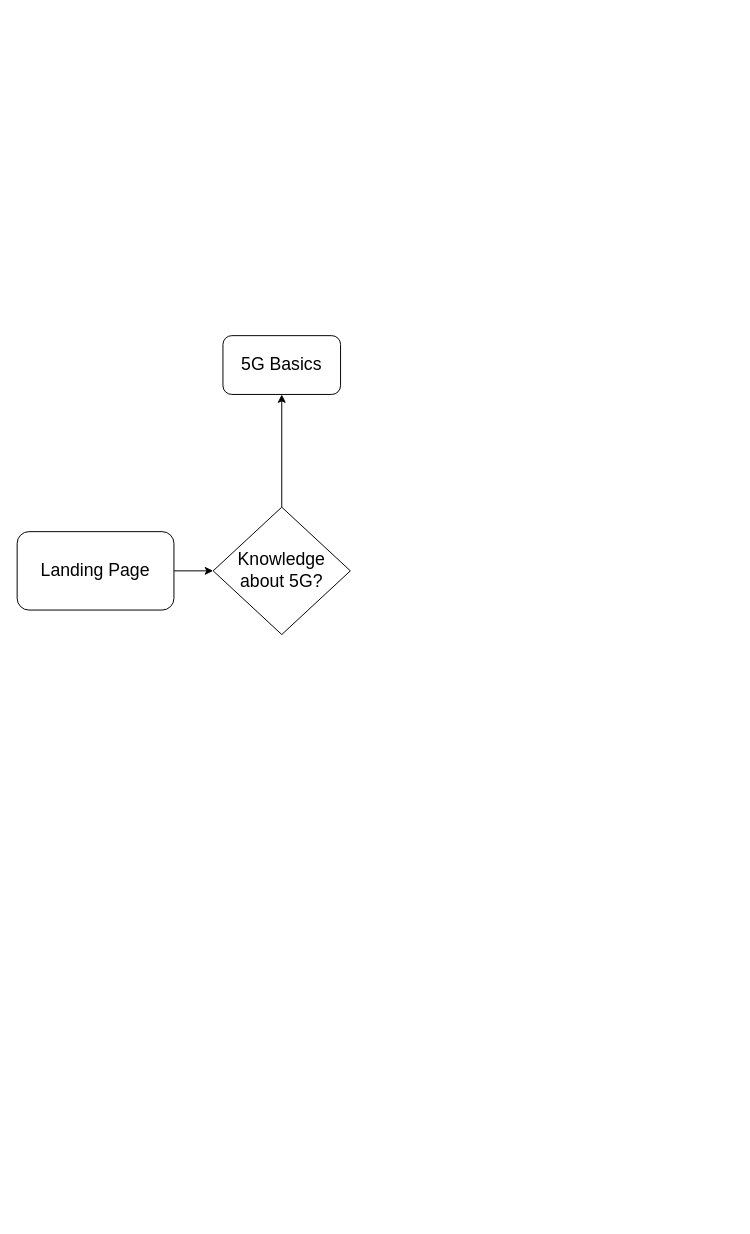
The draw.io diagram Drawings/Untitled Diagram.drawio in PienvandenAbeele/Simply5GSecurity, before the edit. Source tidied: cells renumbered, new cells numbered last; positions are measured from the earlier drawing's top-left corner, leaving out a move shared by most shapes. Both pictures are drawn from the tidied source at 98%, with x=0, y=0 at pixel (17, 335).
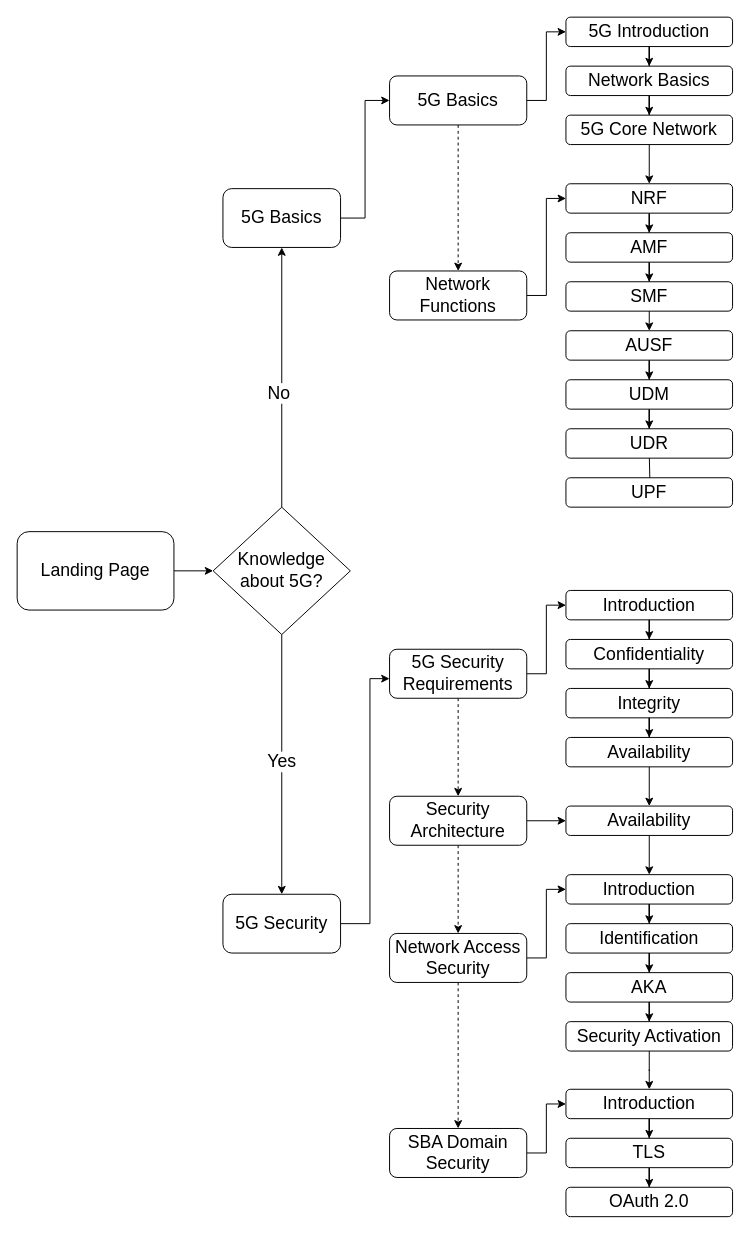
Above is the later version.

The change refers to these unchanged cells:
```xml
<mxCell id="4" style="edgeStyle=orthogonalEdgeStyle;rounded=0;jettySize=auto;html=1;fontSize=18;" parent="1" edge="1" source="5" target="6">
  <mxGeometry relative="1" as="geometry" />
</mxCell>
<mxCell id="5" value="&lt;font style=&quot;font-size: 18px;&quot;&gt;Knowledge about 5G?&lt;/font&gt;" style="rhombus;whiteSpace=wrap;html=1;" parent="1" vertex="1">
  <mxGeometry x="200" y="175" width="140" height="130" as="geometry" />
</mxCell>
```

Change to the diagram source:
```diff
@@
+    <mxCell id="7" value="No" style="edgeLabel;html=1;align=center;verticalAlign=middle;fontSize=18;" parent="4" vertex="1">
+      <mxGeometry x="-0.12" y="4" relative="1" as="geometry" />
+    </mxCell>
+    <mxCell id="8" style="edgeStyle=orthogonalEdgeStyle;rounded=0;jettySize=auto;html=1;fontSize=18;" parent="1" edge="1" source="5" target="12">
+      <mxGeometry relative="1" as="geometry" />
+    </mxCell>
+    <mxCell id="9" value="Yes" style="edgeLabel;html=1;align=center;verticalAlign=middle;fontSize=18;" parent="8" vertex="1">
+      <mxGeometry x="-0.03" y="-1" relative="1" as="geometry" />
+    </mxCell>
@@
+    <mxCell id="10" style="edgeStyle=orthogonalEdgeStyle;rounded=0;jettySize=auto;html=1;entryX=0;entryY=0.5;entryDx=0;entryDy=0;fontSize=18;" parent="1" edge="1" source="6" target="52">
+      <mxGeometry relative="1" as="geometry" />
+    </mxCell>
     <mxCell id="6" value="&lt;font style=&quot;font-size: 18px;&quot;&gt;5G Basics&lt;/font&gt;" style="rounded=1;whiteSpace=wrap;html=1;" parent="1" vertex="1">
-      <mxGeometry x="210" width="120" height="60" as="geometry" />
+      <mxGeometry x="210" y="-150" width="120" height="60" as="geometry" />
     </mxCell>
+    <mxCell id="11" style="edgeStyle=orthogonalEdgeStyle;rounded=0;jettySize=auto;html=1;fontSize=18;" parent="1" edge="1" source="12" target="15">
+      <mxGeometry relative="1" as="geometry">
+        <Array as="points">
+          <mxPoint x="360" y="600" />
+          <mxPoint x="360" y="350" />
+        </Array>
+      </mxGeometry>
+    </mxCell>
+    <mxCell id="12" value="5G Security" style="rounded=1;whiteSpace=wrap;html=1;fontSize=18;" parent="1" vertex="1">
+      <mxGeometry x="210" y="570" width="120" height="60" as="geometry" />
+    </mxCell>
+    <mxCell id="13" style="edgeStyle=orthogonalEdgeStyle;rounded=0;jettySize=auto;html=1;entryX=0;entryY=0.5;entryDx=0;entryDy=0;fontSize=18;" parent="1" edge="1" source="15" target="17">
+      <mxGeometry relative="1" as="geometry" />
+    </mxCell>
+    <mxCell id="14" style="edgeStyle=orthogonalEdgeStyle;rounded=0;jettySize=auto;html=1;fontSize=18;dashed=1;" parent="1" edge="1" source="15" target="26">
+      <mxGeometry relative="1" as="geometry" />
+    </mxCell>
+    <mxCell id="15" value="5G Security Requirements" style="rounded=1;whiteSpace=wrap;html=1;fontSize=18;" parent="1" vertex="1">
+      <mxGeometry x="380" y="320" width="140" height="50" as="geometry" />
+    </mxCell>
+    <mxCell id="16" style="edgeStyle=orthogonalEdgeStyle;rounded=0;jettySize=auto;html=1;entryX=0.5;entryY=0;entryDx=0;entryDy=0;fontSize=18;" parent="1" edge="1" source="17" target="19">
+      <mxGeometry relative="1" as="geometry" />
+    </mxCell>
+    <mxCell id="17" value="Introduction" style="rounded=1;whiteSpace=wrap;html=1;fontSize=18;" parent="1" vertex="1">
+      <mxGeometry x="560" y="260" width="170" height="30" as="geometry" />
+    </mxCell>
+    <mxCell id="18" style="edgeStyle=orthogonalEdgeStyle;rounded=0;jettySize=auto;html=1;fontSize=18;" parent="1" edge="1" source="19" target="20">
+      <mxGeometry relative="1" as="geometry" />
+    </mxCell>
+    <mxCell id="19" value="Confidentiality" style="rounded=1;whiteSpace=wrap;html=1;fontSize=18;" parent="1" vertex="1">
+      <mxGeometry x="560" y="310" width="170" height="30" as="geometry" />
+    </mxCell>
+    <mxCell id="20" value="Integrity" style="rounded=1;whiteSpace=wrap;html=1;fontSize=18;" parent="1" vertex="1">
+      <mxGeometry x="560" y="360" width="170" height="30" as="geometry" />
+    </mxCell>
+    <mxCell id="21" style="edgeStyle=orthogonalEdgeStyle;rounded=0;jettySize=auto;html=1;fontSize=18;exitX=0.5;exitY=1;exitDx=0;exitDy=0;" parent="1" edge="1" source="20" target="23">
+      <mxGeometry relative="1" as="geometry" />
+    </mxCell>
+    <mxCell id="22" style="edgeStyle=orthogonalEdgeStyle;rounded=0;jettySize=auto;html=1;entryX=0.5;entryY=0;entryDx=0;entryDy=0;fontSize=18;" parent="1" edge="1" source="23" target="29">
+      <mxGeometry relative="1" as="geometry" />
+    </mxCell>
+    <mxCell id="23" value="Availability" style="rounded=1;whiteSpace=wrap;html=1;fontSize=18;" parent="1" vertex="1">
+      <mxGeometry x="560" y="410" width="170" height="30" as="geometry" />
+    </mxCell>
+    <mxCell id="24" style="edgeStyle=orthogonalEdgeStyle;rounded=0;jettySize=auto;html=1;entryX=0;entryY=0.5;entryDx=0;entryDy=0;fontSize=18;" parent="1" edge="1" source="26" target="29">
+      <mxGeometry relative="1" as="geometry" />
+    </mxCell>
+    <mxCell id="25" style="edgeStyle=orthogonalEdgeStyle;rounded=0;jettySize=auto;html=1;fontSize=18;dashed=1;" parent="1" edge="1" source="26" target="32">
+      <mxGeometry relative="1" as="geometry" />
+    </mxCell>
+    <mxCell id="26" value="Security Architecture" style="rounded=1;whiteSpace=wrap;html=1;fontSize=18;" parent="1" vertex="1">
+      <mxGeometry x="380" y="470" width="140" height="50" as="geometry" />
+    </mxCell>
+    <mxCell id="27" style="edgeStyle=orthogonalEdgeStyle;rounded=0;orthogonalLoop=1;jettySize=auto;html=1;exitX=0.5;exitY=1;exitDx=0;exitDy=0;fontSize=18;" parent="1" edge="1" source="19" target="19">
+      <mxGeometry relative="1" as="geometry" />
+    </mxCell>
+    <mxCell id="28" style="edgeStyle=orthogonalEdgeStyle;rounded=0;jettySize=auto;html=1;entryX=0.5;entryY=0;entryDx=0;entryDy=0;fontSize=18;" parent="1" edge="1" source="29" target="34">
+      <mxGeometry relative="1" as="geometry" />
+    </mxCell>
+    <mxCell id="29" value="Availability" style="rounded=1;whiteSpace=wrap;html=1;fontSize=18;" parent="1" vertex="1">
+      <mxGeometry x="560" y="480" width="170" height="30" as="geometry" />
+    </mxCell>
+    <mxCell id="30" style="edgeStyle=orthogonalEdgeStyle;rounded=0;jettySize=auto;html=1;entryX=0;entryY=0.5;entryDx=0;entryDy=0;fontSize=18;" parent="1" edge="1" source="32" target="34">
+      <mxGeometry relative="1" as="geometry" />
+    </mxCell>
+    <mxCell id="31" style="edgeStyle=orthogonalEdgeStyle;rounded=0;jettySize=auto;html=1;entryX=0.5;entryY=0;entryDx=0;entryDy=0;dashed=1;fontSize=18;" parent="1" edge="1" source="32" target="43">
+      <mxGeometry relative="1" as="geometry" />
+    </mxCell>
+    <mxCell id="32" value="Network Access Security" style="rounded=1;whiteSpace=wrap;html=1;fontSize=18;" parent="1" vertex="1">
+      <mxGeometry x="380" y="610" width="140" height="50" as="geometry" />
+    </mxCell>
+    <mxCell id="33" style="edgeStyle=orthogonalEdgeStyle;rounded=0;jettySize=auto;html=1;entryX=0.5;entryY=0;entryDx=0;entryDy=0;fontSize=18;" parent="1" edge="1" source="34" target="36">
+      <mxGeometry relative="1" as="geometry" />
+    </mxCell>
+    <mxCell id="34" value="Introduction" style="rounded=1;whiteSpace=wrap;html=1;fontSize=18;" parent="1" vertex="1">
+      <mxGeometry x="560" y="550" width="170" height="30" as="geometry" />
+    </mxCell>
+    <mxCell id="35" style="edgeStyle=orthogonalEdgeStyle;rounded=0;jettySize=auto;html=1;fontSize=18;" parent="1" edge="1" source="36" target="37">
+      <mxGeometry relative="1" as="geometry" />
+    </mxCell>
+    <mxCell id="36" value="Identification" style="rounded=1;whiteSpace=wrap;html=1;fontSize=18;" parent="1" vertex="1">
+      <mxGeometry x="560" y="600" width="170" height="30" as="geometry" />
+    </mxCell>
+    <mxCell id="37" value="AKA" style="rounded=1;whiteSpace=wrap;html=1;fontSize=18;" parent="1" vertex="1">
+      <mxGeometry x="560" y="650" width="170" height="30" as="geometry" />
+    </mxCell>
+    <mxCell id="38" style="edgeStyle=orthogonalEdgeStyle;rounded=0;jettySize=auto;html=1;fontSize=18;exitX=0.5;exitY=1;exitDx=0;exitDy=0;" parent="1" edge="1" source="37" target="40">
+      <mxGeometry relative="1" as="geometry" />
+    </mxCell>
+    <mxCell id="39" style="edgeStyle=orthogonalEdgeStyle;rounded=0;jettySize=auto;html=1;entryX=0.5;entryY=0;entryDx=0;entryDy=0;fontSize=18;" parent="1" edge="1" source="40" target="45">
+      <mxGeometry relative="1" as="geometry" />
+    </mxCell>
+    <mxCell id="40" value="Security Activation" style="rounded=1;whiteSpace=wrap;html=1;fontSize=18;" parent="1" vertex="1">
+      <mxGeometry x="560" y="700" width="170" height="30" as="geometry" />
+    </mxCell>
+    <mxCell id="41" style="edgeStyle=orthogonalEdgeStyle;rounded=0;orthogonalLoop=1;jettySize=auto;html=1;exitX=0.5;exitY=1;exitDx=0;exitDy=0;fontSize=18;" parent="1" edge="1" source="36" target="36">
+      <mxGeometry relative="1" as="geometry" />
+    </mxCell>
+    <mxCell id="42" style="edgeStyle=orthogonalEdgeStyle;rounded=0;jettySize=auto;html=1;entryX=0;entryY=0.5;entryDx=0;entryDy=0;fontSize=18;" parent="1" edge="1" source="43" target="45">
+      <mxGeometry relative="1" as="geometry" />
+    </mxCell>
+    <mxCell id="43" value="SBA Domain Security" style="rounded=1;whiteSpace=wrap;html=1;fontSize=18;" parent="1" vertex="1">
+      <mxGeometry x="380" y="809" width="140" height="50" as="geometry" />
+    </mxCell>
+    <mxCell id="44" style="edgeStyle=orthogonalEdgeStyle;rounded=0;jettySize=auto;html=1;entryX=0.5;entryY=0;entryDx=0;entryDy=0;fontSize=18;" parent="1" edge="1" source="45" target="47">
+      <mxGeometry relative="1" as="geometry" />
+    </mxCell>
+    <mxCell id="45" value="Introduction" style="rounded=1;whiteSpace=wrap;html=1;fontSize=18;" parent="1" vertex="1">
+      <mxGeometry x="560" y="769" width="170" height="30" as="geometry" />
+    </mxCell>
+    <mxCell id="46" style="edgeStyle=orthogonalEdgeStyle;rounded=0;jettySize=auto;html=1;fontSize=18;" parent="1" edge="1" source="47" target="48">
+      <mxGeometry relative="1" as="geometry" />
+    </mxCell>
+    <mxCell id="47" value="TLS" style="rounded=1;whiteSpace=wrap;html=1;fontSize=18;" parent="1" vertex="1">
+      <mxGeometry x="560" y="819" width="170" height="30" as="geometry" />
+    </mxCell>
+    <mxCell id="48" value="OAuth 2.0" style="rounded=1;whiteSpace=wrap;html=1;fontSize=18;" parent="1" vertex="1">
+      <mxGeometry x="560" y="869" width="170" height="30" as="geometry" />
+    </mxCell>
+    <mxCell id="49" style="edgeStyle=orthogonalEdgeStyle;rounded=0;orthogonalLoop=1;jettySize=auto;html=1;exitX=0.5;exitY=1;exitDx=0;exitDy=0;fontSize=18;" parent="1" edge="1" source="47" target="47">
+      <mxGeometry relative="1" as="geometry" />
+    </mxCell>
+    <mxCell id="50" style="edgeStyle=orthogonalEdgeStyle;rounded=0;jettySize=auto;html=1;entryX=0;entryY=0.5;entryDx=0;entryDy=0;fontSize=18;" parent="1" edge="1" source="52" target="54">
+      <mxGeometry relative="1" as="geometry" />
+    </mxCell>
+    <mxCell id="51" style="edgeStyle=orthogonalEdgeStyle;rounded=0;jettySize=auto;html=1;entryX=0.5;entryY=0;entryDx=0;entryDy=0;dashed=1;fontSize=18;" parent="1" edge="1" source="52" target="61">
+      <mxGeometry relative="1" as="geometry" />
+    </mxCell>
+    <mxCell id="52" value="5G Basics" style="rounded=1;whiteSpace=wrap;html=1;fontSize=18;" parent="1" vertex="1">
+      <mxGeometry x="380" y="-265" width="140" height="50" as="geometry" />
+    </mxCell>
+    <mxCell id="53" style="edgeStyle=orthogonalEdgeStyle;rounded=0;jettySize=auto;html=1;entryX=0.5;entryY=0;entryDx=0;entryDy=0;fontSize=18;" parent="1" edge="1" source="54" target="56">
+      <mxGeometry relative="1" as="geometry" />
+    </mxCell>
+    <mxCell id="54" value="5G Introduction" style="rounded=1;whiteSpace=wrap;html=1;fontSize=18;" parent="1" vertex="1">
+      <mxGeometry x="560" y="-325" width="170" height="30" as="geometry" />
+    </mxCell>
+    <mxCell id="55" style="edgeStyle=orthogonalEdgeStyle;rounded=0;jettySize=auto;html=1;fontSize=18;" parent="1" edge="1" source="56" target="58">
+      <mxGeometry relative="1" as="geometry" />
+    </mxCell>
+    <mxCell id="56" value="Network Basics" style="rounded=1;whiteSpace=wrap;html=1;fontSize=18;" parent="1" vertex="1">
+      <mxGeometry x="560" y="-275" width="170" height="30" as="geometry" />
+    </mxCell>
+    <mxCell id="57" style="edgeStyle=orthogonalEdgeStyle;rounded=0;jettySize=auto;html=1;entryX=0.5;entryY=0;entryDx=0;entryDy=0;fontSize=18;" parent="1" edge="1" source="58" target="63">
+      <mxGeometry relative="1" as="geometry" />
+    </mxCell>
+    <mxCell id="58" value="5G Core Network" style="rounded=1;whiteSpace=wrap;html=1;fontSize=18;" parent="1" vertex="1">
+      <mxGeometry x="560" y="-225" width="170" height="30" as="geometry" />
+    </mxCell>
+    <mxCell id="59" style="edgeStyle=orthogonalEdgeStyle;rounded=0;orthogonalLoop=1;jettySize=auto;html=1;exitX=0.5;exitY=1;exitDx=0;exitDy=0;fontSize=18;" parent="1" edge="1" source="56" target="56">
+      <mxGeometry relative="1" as="geometry" />
+    </mxCell>
+    <mxCell id="60" style="edgeStyle=orthogonalEdgeStyle;rounded=0;jettySize=auto;html=1;entryX=0;entryY=0.5;entryDx=0;entryDy=0;fontSize=18;" parent="1" edge="1" source="61" target="63">
+      <mxGeometry relative="1" as="geometry" />
+    </mxCell>
+    <mxCell id="61" value="Network Functions" style="rounded=1;whiteSpace=wrap;html=1;fontSize=18;" parent="1" vertex="1">
+      <mxGeometry x="380" y="-66" width="140" height="50" as="geometry" />
+    </mxCell>
+    <mxCell id="62" style="edgeStyle=orthogonalEdgeStyle;rounded=0;jettySize=auto;html=1;entryX=0.5;entryY=0;entryDx=0;entryDy=0;fontSize=18;" parent="1" edge="1" source="63" target="65">
+      <mxGeometry relative="1" as="geometry" />
+    </mxCell>
+    <mxCell id="63" value="NRF" style="rounded=1;whiteSpace=wrap;html=1;fontSize=18;" parent="1" vertex="1">
+      <mxGeometry x="560" y="-155" width="170" height="30" as="geometry" />
+    </mxCell>
+    <mxCell id="64" style="edgeStyle=orthogonalEdgeStyle;rounded=0;jettySize=auto;html=1;fontSize=18;" parent="1" edge="1" source="65" target="66">
+      <mxGeometry relative="1" as="geometry" />
+    </mxCell>
+    <mxCell id="65" value="AMF" style="rounded=1;whiteSpace=wrap;html=1;fontSize=18;" parent="1" vertex="1">
+      <mxGeometry x="560" y="-105" width="170" height="30" as="geometry" />
+    </mxCell>
+    <mxCell id="66" value="SMF" style="rounded=1;whiteSpace=wrap;html=1;fontSize=18;" parent="1" vertex="1">
+      <mxGeometry x="560" y="-55" width="170" height="30" as="geometry" />
+    </mxCell>
+    <mxCell id="67" style="edgeStyle=orthogonalEdgeStyle;rounded=0;orthogonalLoop=1;jettySize=auto;html=1;exitX=0.5;exitY=1;exitDx=0;exitDy=0;fontSize=18;" parent="1" edge="1" source="65" target="65">
+      <mxGeometry relative="1" as="geometry" />
+    </mxCell>
+    <mxCell id="68" style="edgeStyle=orthogonalEdgeStyle;rounded=0;jettySize=auto;html=1;entryX=0.5;entryY=0;entryDx=0;entryDy=0;fontSize=18;" parent="1" edge="1" source="69" target="71">
+      <mxGeometry relative="1" as="geometry" />
+    </mxCell>
+    <mxCell id="69" value="AUSF" style="rounded=1;whiteSpace=wrap;html=1;fontSize=18;" parent="1" vertex="1">
+      <mxGeometry x="560" y="-5" width="170" height="30" as="geometry" />
+    </mxCell>
+    <mxCell id="70" style="edgeStyle=orthogonalEdgeStyle;rounded=0;jettySize=auto;html=1;fontSize=18;" parent="1" edge="1" source="71" target="72">
+      <mxGeometry relative="1" as="geometry" />
+    </mxCell>
+    <mxCell id="71" value="UDM" style="rounded=1;whiteSpace=wrap;html=1;fontSize=18;" parent="1" vertex="1">
+      <mxGeometry x="560" y="45" width="170" height="30" as="geometry" />
+    </mxCell>
+    <mxCell id="72" value="UDR" style="rounded=1;whiteSpace=wrap;html=1;fontSize=18;" parent="1" vertex="1">
+      <mxGeometry x="560" y="95" width="170" height="30" as="geometry" />
+    </mxCell>
+    <mxCell id="73" style="edgeStyle=orthogonalEdgeStyle;rounded=0;orthogonalLoop=1;jettySize=auto;html=1;exitX=0.5;exitY=1;exitDx=0;exitDy=0;fontSize=18;" parent="1" edge="1" source="71" target="71">
+      <mxGeometry relative="1" as="geometry" />
+    </mxCell>
+    <mxCell id="74" style="edgeStyle=orthogonalEdgeStyle;rounded=0;jettySize=auto;html=1;fontSize=18;exitX=0.5;exitY=1;exitDx=0;exitDy=0;entryX=0.5;entryY=0;entryDx=0;entryDy=0;" parent="1" edge="1" source="66" target="69">
+      <mxGeometry relative="1" as="geometry" />
+    </mxCell>
+    <mxCell id="75" style="edgeStyle=orthogonalEdgeStyle;rounded=0;jettySize=auto;html=1;fontSize=18;" parent="1" edge="1" target="76">
+      <mxGeometry relative="1" as="geometry">
+        <mxPoint x="645.1" y="125" as="sourcePoint" />
+      </mxGeometry>
+    </mxCell>
+    <mxCell id="76" value="UPF" style="rounded=1;whiteSpace=wrap;html=1;fontSize=18;" parent="1" vertex="1">
+      <mxGeometry x="560" y="145" width="170" height="30" as="geometry" />
+    </mxCell>
+    <mxCell id="77" style="edgeStyle=orthogonalEdgeStyle;rounded=0;orthogonalLoop=1;jettySize=auto;html=1;exitX=0.5;exitY=1;exitDx=0;exitDy=0;fontSize=18;" parent="1" edge="1">
+      <mxGeometry relative="1" as="geometry">
+        <mxPoint x="645" y="125" as="sourcePoint" />
+        <mxPoint x="645" y="125" as="targetPoint" />
+      </mxGeometry>
+    </mxCell>
```
